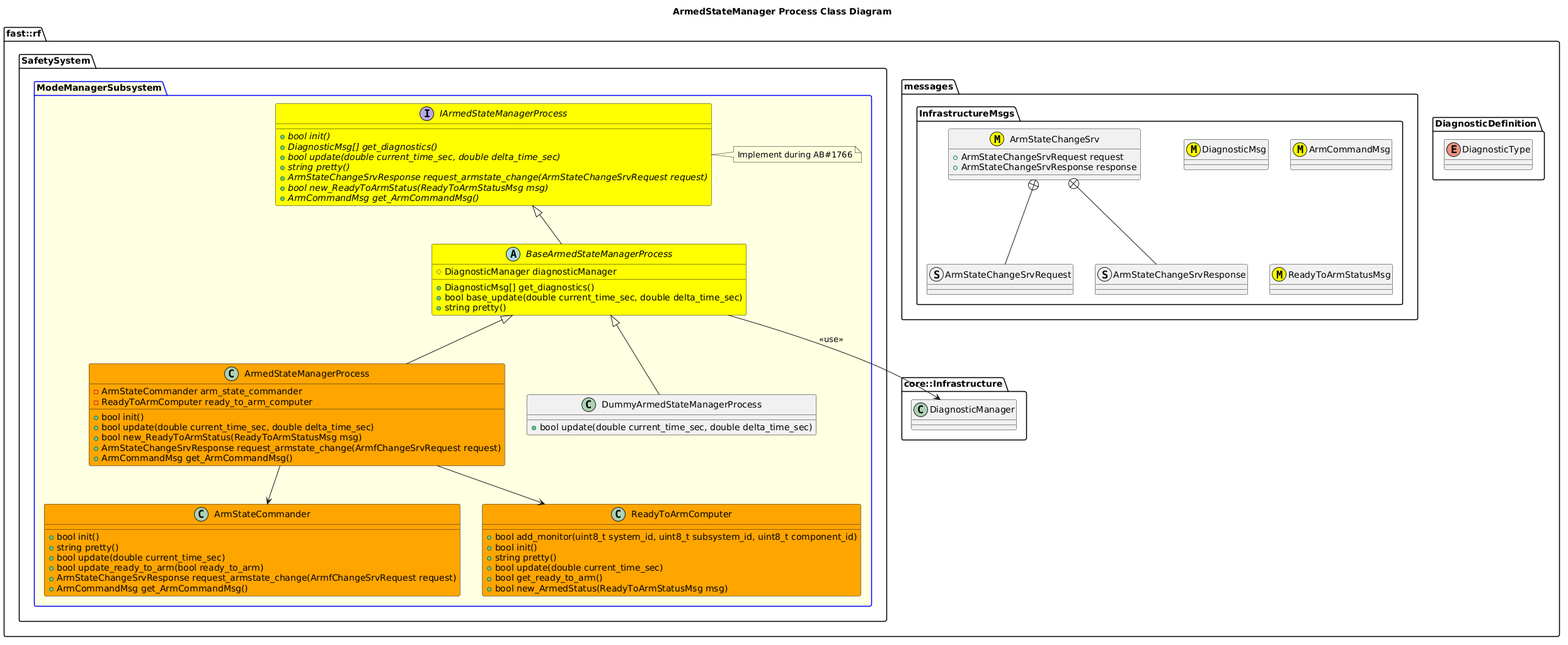
This is Systems/Safety/Subsystems/ModeManager/Processes/ArmedStateManager/doc/puml/ArmedStateManagerProcessClassDiagram.png from fastrobotics/robot_framework, a PlantUML export, as it was before one commit.
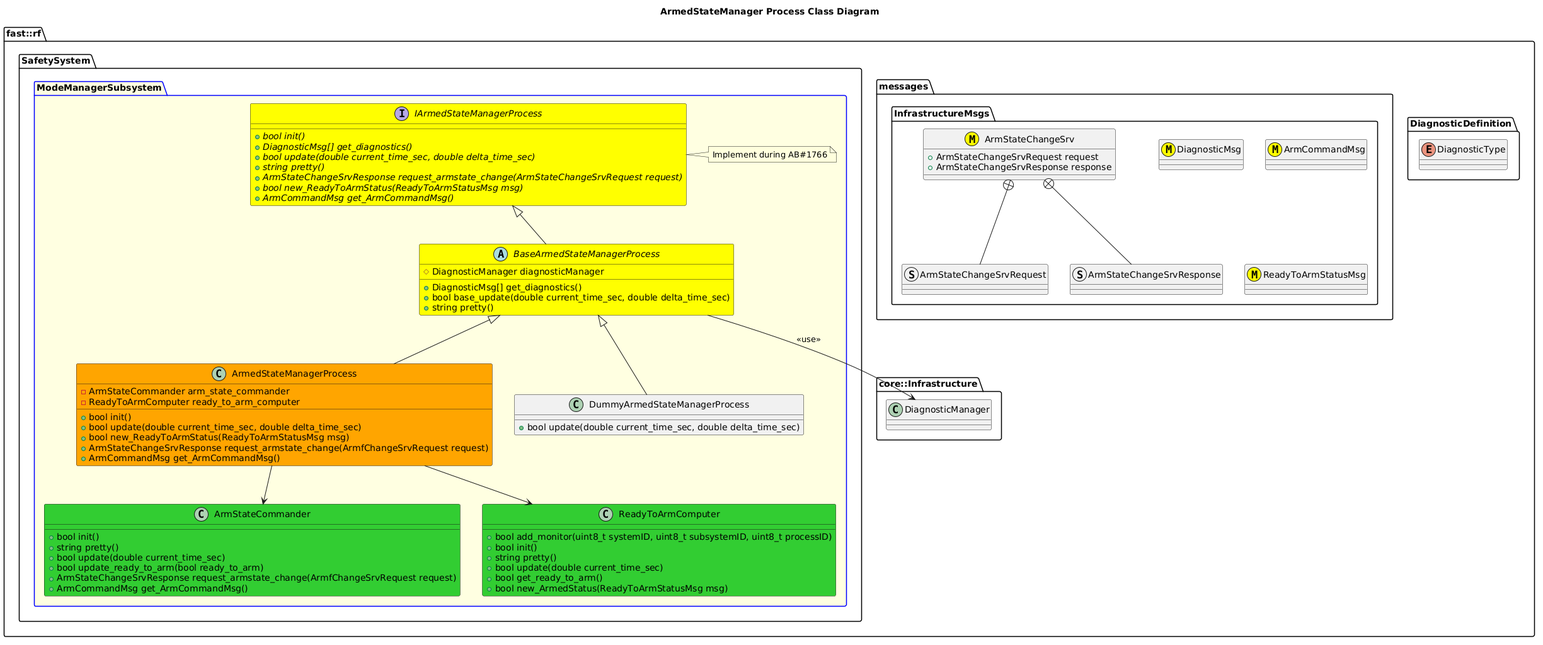
After the commit.

What changed in the source:
```diff
@@ -25,7 +25,7 @@
   }
   namespace SafetySystem {
     package ModeManagerSubsystem #LightYellow;line:blue {
-        class ArmStateCommander #Orange {
+        class ArmStateCommander #LimeGreen {
             +bool init()
             +string pretty()
             +bool update(double current_time_sec)
@@ -33,8 +33,8 @@
             +ArmStateChangeSrvResponse request_armstate_change(ArmfChangeSrvRequest request)
             +ArmCommandMsg get_ArmCommandMsg()
         }
-        class ReadyToArmComputer #Orange {
-            +bool add_monitor(uint8_t system_id, uint8_t subsystem_id, uint8_t component_id)
+        class ReadyToArmComputer #LimeGreen {
+            +bool add_monitor(uint8_t systemID, uint8_t subsystemID, uint8_t processID)
             +bool init()
             +string pretty()
             +bool update(double current_time_sec)
```
